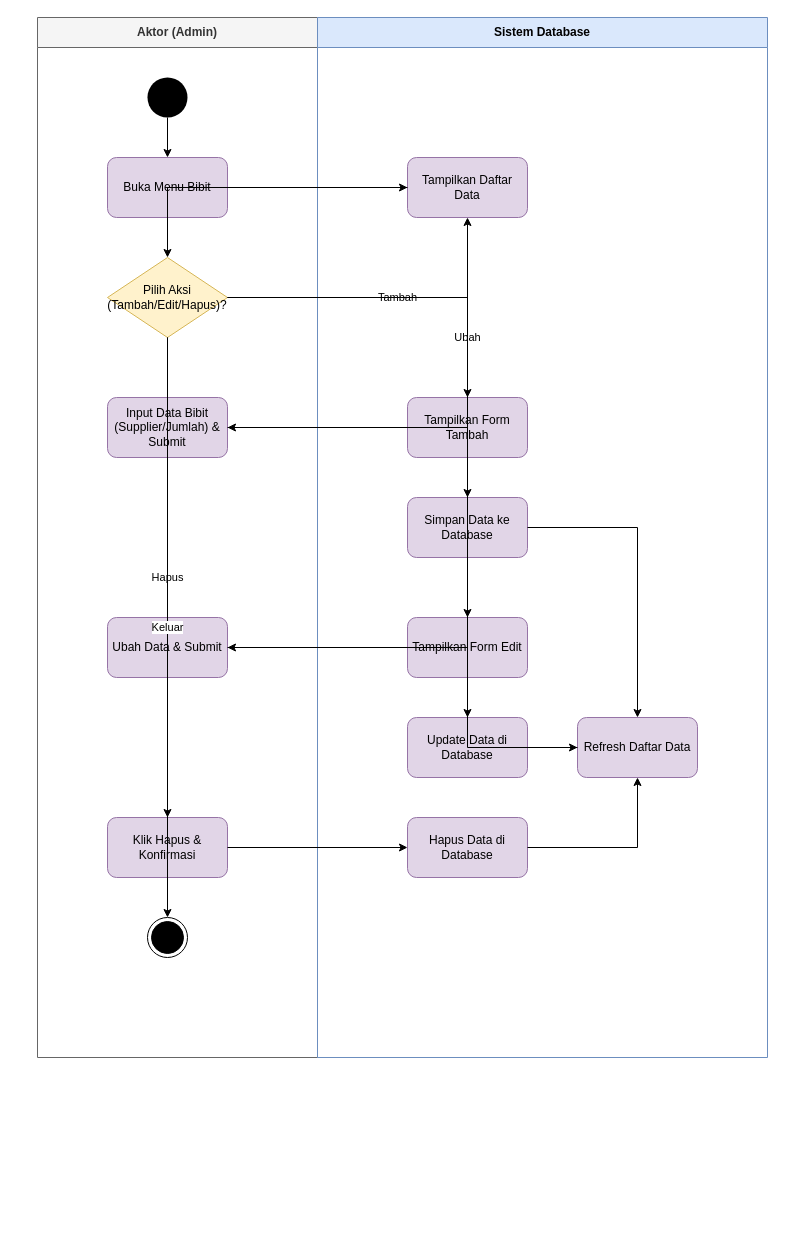
The draw.io diagram page "Admin & Ketua: Kelola Data Bibit" (2 of 16) of activity_diagram_lengkap.drawio in DaraAnggunJelita/jamur_tiram, before the edit. Source tidied: cells renumbered, new cells numbered last; positions are measured from the earlier drawing's top-left corner, leaving out a move shared by most shapes. Both pictures are drawn from the tidied source at 100%, with x=0, y=0 at pixel (37, 17).
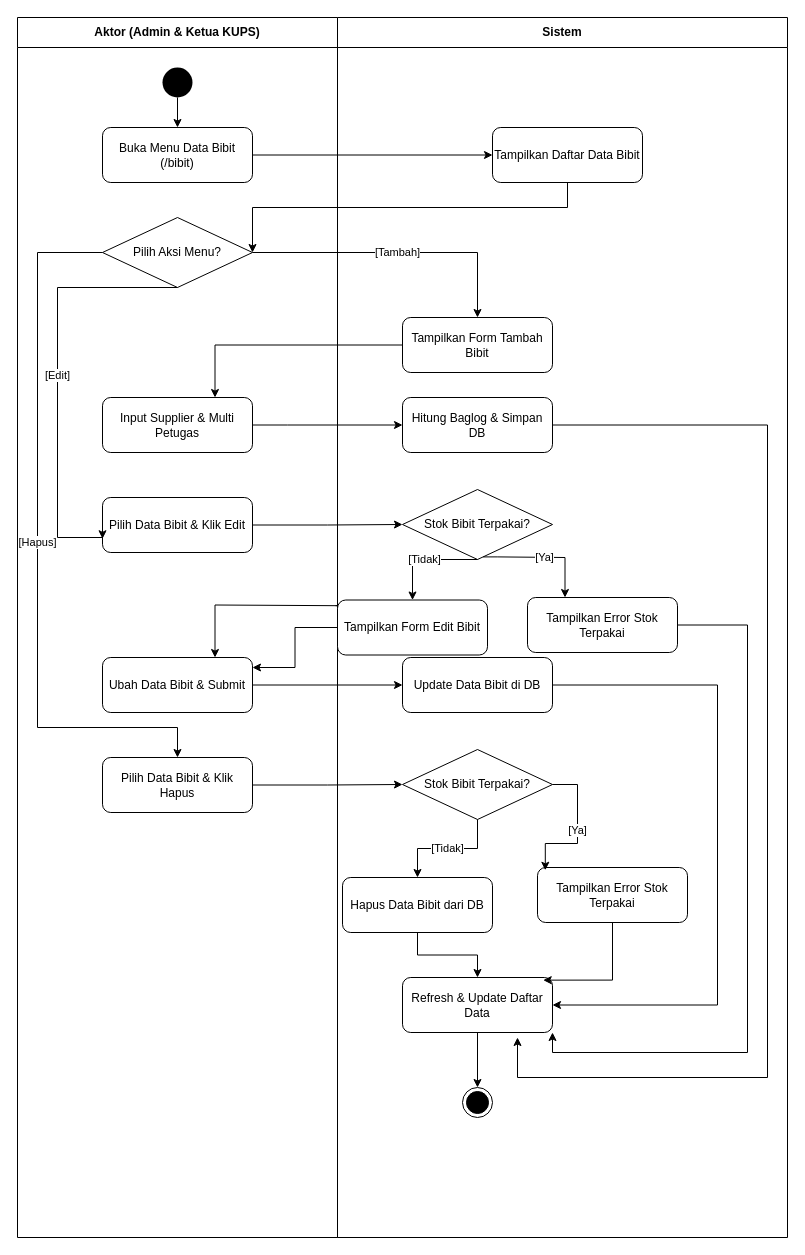
After the change.

Diff of the diagram source:
```diff
@@
-<mxGraphModel>
+<mxGraphModel background="light-dark(#ffffff, #121212)">
@@
-    <mxCell id="2" value="Aktor (Admin)" style="swimlane;whiteSpace=wrap;html=1;startSize=30;fillColor=#f5f5f5;fontColor=#333333;strokeColor=#666666;" parent="1" vertex="1">
-      <mxGeometry width="280" height="1040" as="geometry" />
+    <mxCell id="2" value="Aktor (Admin &amp; Ketua KUPS)" style="swimlane;whiteSpace=wrap;html=1;startSize=30;" parent="1" vertex="1">
+      <mxGeometry x="-20" width="320" height="1220" as="geometry" />
     </mxCell>
+    <mxCell id="34" style="edgeStyle=orthogonalEdgeStyle;rounded=0;jettySize=auto;html=1;" parent="1" edge="1" source="3" target="12">
+      <mxGeometry relative="1" as="geometry">
+        <Array as="points">
+          <mxPoint x="257.5" y="610" />
+          <mxPoint x="257.5" y="650" />
+        </Array>
+      </mxGeometry>
+    </mxCell>
-    <mxCell id="3" value="Sistem Database" style="swimlane;whiteSpace=wrap;html=1;startSize=30;fillColor=#dae8fc;strokeColor=#6c8ebf;" parent="1" vertex="1">
-      <mxGeometry x="280" width="450" height="1040" as="geometry" />
+    <mxCell id="3" value="Sistem" style="swimlane;whiteSpace=wrap;html=1;startSize=30;" parent="1" vertex="1">
+      <mxGeometry x="300" width="450" height="1220" as="geometry" />
     </mxCell>
+    <mxCell id="35" style="edgeStyle=orthogonalEdgeStyle;rounded=0;jettySize=auto;html=1;entryX=1;entryY=1;entryDx=0;entryDy=0;" parent="3" edge="1" source="36" target="38">
+      <mxGeometry relative="1" as="geometry">
+        <Array as="points">
+          <mxPoint x="410" y="607.5" />
+          <mxPoint x="410" y="1035" />
+          <mxPoint x="215" y="1035" />
+        </Array>
+      </mxGeometry>
+    </mxCell>
+    <mxCell id="36" value="Tampilkan Error Stok Terpakai" style="rounded=1;whiteSpace=wrap;html=1;" parent="3" vertex="1">
+      <mxGeometry x="190" y="580" width="150" height="55" as="geometry" />
+    </mxCell>
+    <mxCell id="37" style="ellipse;shape=endState;fillColor=#000000;strokeColor=#000000;html=1;" parent="3" vertex="1">
+      <mxGeometry x="125" y="1070" width="30" height="30" as="geometry" />
+    </mxCell>
+    <mxCell id="38" value="Refresh &amp; Update Daftar Data" style="rounded=1;whiteSpace=wrap;html=1;" parent="3" vertex="1">
+      <mxGeometry x="65" y="960" width="150" height="55" as="geometry" />
+    </mxCell>
+    <mxCell id="39" style="edgeStyle=orthogonalEdgeStyle;rounded=0;html=1;jettySize=auto;strokeColor=#000000;exitX=0.5;exitY=1;entryX=0.5;entryY=0;" parent="3" edge="1" source="38" target="37">
+      <mxGeometry relative="1" as="geometry" />
+    </mxCell>
+    <mxCell id="40" value="Hapus Data Bibit dari DB" style="rounded=1;whiteSpace=wrap;html=1;" parent="3" vertex="1">
+      <mxGeometry x="5" y="860" width="150" height="55" as="geometry" />
+    </mxCell>
+    <mxCell id="41" style="edgeStyle=orthogonalEdgeStyle;rounded=0;html=1;jettySize=auto;exitX=0.5;exitY=1;entryX=0.5;entryY=0;" parent="3" edge="1" source="40" target="38">
+      <mxGeometry relative="1" as="geometry" />
+    </mxCell>
+    <mxCell id="42" value="Tampilkan Error Stok Terpakai" style="rounded=1;whiteSpace=wrap;html=1;" parent="3" vertex="1">
+      <mxGeometry x="200" y="850" width="150" height="55" as="geometry" />
+    </mxCell>
+    <mxCell id="43" style="edgeStyle=orthogonalEdgeStyle;rounded=0;html=1;jettySize=auto;exitX=0.5;exitY=1;entryX=0.938;entryY=0.048;entryDx=0;entryDy=0;entryPerimeter=0;" parent="3" edge="1" source="42" target="38">
+      <mxGeometry relative="1" as="geometry">
+        <Array as="points">
+          <mxPoint x="275" y="962.6" />
+        </Array>
+      </mxGeometry>
+    </mxCell>
+    <mxCell id="11" value="Tampilkan Form Edit Bibit" style="rounded=1;whiteSpace=wrap;html=1;" parent="3" vertex="1">
+      <mxGeometry y="582.5" width="150" height="55" as="geometry" />
+    </mxCell>
+    <mxCell id="6" value="Tampilkan Daftar Data Bibit" style="rounded=1;whiteSpace=wrap;html=1;" parent="3" vertex="1">
+      <mxGeometry x="155" y="110" width="150" height="55" as="geometry" />
+    </mxCell>
     <mxCell id="4" style="ellipse;fillColor=#000000;strokeColor=none;html=1;" parent="1" vertex="1">
-      <mxGeometry x="110" y="60" width="40" height="40" as="geometry" />
+      <mxGeometry x="125" y="50" width="30" height="30" as="geometry" />
     </mxCell>
-    <mxCell id="5" value="Buka Menu Bibit" style="rounded=1;whiteSpace=wrap;html=1;fillColor=#e1d5e7;strokeColor=#9673a6;" parent="1" vertex="1">
-      <mxGeometry x="70" y="140" width="120" height="60" as="geometry" />
-    </mxCell>
-    <mxCell id="6" value="Tampilkan Daftar Data" style="rounded=1;whiteSpace=wrap;html=1;fillColor=#e1d5e7;strokeColor=#9673a6;" parent="1" vertex="1">
-      <mxGeometry x="370" y="140" width="120" height="60" as="geometry" />
-    </mxCell>
-    <mxCell id="7" value="Pilih Aksi (Tambah/Edit/Hapus)?" style="rhombus;whiteSpace=wrap;html=1;fillColor=#fff2cc;strokeColor=#d6b656;" parent="1" vertex="1">
-      <mxGeometry x="70" y="240" width="120" height="80" as="geometry" />
-    </mxCell>
+    <mxCell id="44" value="Buka Menu Data Bibit (/bibit)" style="rounded=1;whiteSpace=wrap;html=1;" parent="1" vertex="1">
+      <mxGeometry x="65" y="110" width="150" height="55" as="geometry" />
+    </mxCell>
+    <mxCell id="45" value="Pilih Aksi Menu?" style="rhombus;whiteSpace=wrap;html=1;" parent="1" vertex="1">
+      <mxGeometry x="65" y="200" width="150" height="70" as="geometry" />
+    </mxCell>
-    <mxCell id="8" value="Tampilkan Form Tambah" style="rounded=1;whiteSpace=wrap;html=1;fillColor=#e1d5e7;strokeColor=#9673a6;" parent="1" vertex="1">
-      <mxGeometry x="370" y="380" width="120" height="60" as="geometry" />
+    <mxCell id="8" value="Tampilkan Form Tambah Bibit" style="rounded=1;whiteSpace=wrap;html=1;" parent="1" vertex="1">
+      <mxGeometry x="365" y="300" width="150" height="55" as="geometry" />
     </mxCell>
-    <mxCell id="9" value="Input Data Bibit (Supplier/Jumlah) &amp; Submit" style="rounded=1;whiteSpace=wrap;html=1;fillColor=#e1d5e7;strokeColor=#9673a6;" parent="1" vertex="1">
-      <mxGeometry x="70" y="380" width="120" height="60" as="geometry" />
+    <mxCell id="9" value="Input Supplier &amp; Multi Petugas" style="rounded=1;whiteSpace=wrap;html=1;" parent="1" vertex="1">
+      <mxGeometry x="65" y="380" width="150" height="55" as="geometry" />
     </mxCell>
-    <mxCell id="10" value="Simpan Data ke Database" style="rounded=1;whiteSpace=wrap;html=1;fillColor=#e1d5e7;strokeColor=#9673a6;" parent="1" vertex="1">
-      <mxGeometry x="370" y="480" width="120" height="60" as="geometry" />
+    <mxCell id="10" value="Hitung Baglog &amp; Simpan DB" style="rounded=1;whiteSpace=wrap;html=1;" parent="1" vertex="1">
+      <mxGeometry x="365" y="380" width="150" height="55" as="geometry" />
     </mxCell>
-    <mxCell id="11" value="Tampilkan Form Edit" style="rounded=1;whiteSpace=wrap;html=1;fillColor=#e1d5e7;strokeColor=#9673a6;" parent="1" vertex="1">
-      <mxGeometry x="370" y="600" width="120" height="60" as="geometry" />
-    </mxCell>
+    <mxCell id="46" value="Pilih Data Bibit &amp; Klik Edit" style="rounded=1;whiteSpace=wrap;html=1;" parent="1" vertex="1">
+      <mxGeometry x="65" y="480" width="150" height="55" as="geometry" />
+    </mxCell>
+    <mxCell id="47" value="Stok Bibit Terpakai?" style="rhombus;whiteSpace=wrap;html=1;" parent="1" vertex="1">
+      <mxGeometry x="365" y="472" width="150" height="70" as="geometry" />
+    </mxCell>
-    <mxCell id="12" value="Ubah Data &amp; Submit" style="rounded=1;whiteSpace=wrap;html=1;fillColor=#e1d5e7;strokeColor=#9673a6;" parent="1" vertex="1">
-      <mxGeometry x="70" y="600" width="120" height="60" as="geometry" />
+    <mxCell id="12" value="Ubah Data Bibit &amp; Submit" style="rounded=1;whiteSpace=wrap;html=1;" parent="1" vertex="1">
+      <mxGeometry x="65" y="640" width="150" height="55" as="geometry" />
     </mxCell>
-    <mxCell id="13" value="Update Data di Database" style="rounded=1;whiteSpace=wrap;html=1;fillColor=#e1d5e7;strokeColor=#9673a6;" parent="1" vertex="1">
-      <mxGeometry x="370" y="700" width="120" height="60" as="geometry" />
+    <mxCell id="13" value="Update Data Bibit di DB" style="rounded=1;whiteSpace=wrap;html=1;" parent="1" vertex="1">
+      <mxGeometry x="365" y="640" width="150" height="55" as="geometry" />
     </mxCell>
-    <mxCell id="14" value="Klik Hapus &amp; Konfirmasi" style="rounded=1;whiteSpace=wrap;html=1;fillColor=#e1d5e7;strokeColor=#9673a6;" parent="1" vertex="1">
-      <mxGeometry x="70" y="800" width="120" height="60" as="geometry" />
-    </mxCell>
-    <mxCell id="15" value="Hapus Data di Database" style="rounded=1;whiteSpace=wrap;html=1;fillColor=#e1d5e7;strokeColor=#9673a6;" parent="1" vertex="1">
-      <mxGeometry x="370" y="800" width="120" height="60" as="geometry" />
-    </mxCell>
-    <mxCell id="16" value="Refresh Daftar Data" style="rounded=1;whiteSpace=wrap;html=1;fillColor=#e1d5e7;strokeColor=#9673a6;" parent="1" vertex="1">
-      <mxGeometry x="540" y="700" width="120" height="60" as="geometry" />
-    </mxCell>
-    <mxCell id="17" style="ellipse;shape=endState;fillColor=#000000;strokeColor=#000000;html=1;" parent="1" vertex="1">
-      <mxGeometry x="110" y="900" width="40" height="40" as="geometry" />
-    </mxCell>
+    <mxCell id="48" value="Pilih Data Bibit &amp; Klik Hapus" style="rounded=1;whiteSpace=wrap;html=1;" parent="1" vertex="1">
+      <mxGeometry x="65" y="740" width="150" height="55" as="geometry" />
+    </mxCell>
+    <mxCell id="49" value="Stok Bibit Terpakai?" style="rhombus;whiteSpace=wrap;html=1;" parent="1" vertex="1">
+      <mxGeometry x="365" y="732" width="150" height="70" as="geometry" />
+    </mxCell>
-    <mxCell id="18" style="edgeStyle=orthogonalEdgeStyle;rounded=0;html=1;strokeColor=#000000;" parent="1" edge="1" source="4" target="5">
+    <mxCell id="18" style="edgeStyle=orthogonalEdgeStyle;rounded=0;html=1;jettySize=auto;strokeColor=#000000;exitX=0.5;exitY=1;entryX=0.5;entryY=0;" parent="1" edge="1" source="4" target="44">
       <mxGeometry relative="1" as="geometry" />
     </mxCell>
-    <mxCell id="19" style="edgeStyle=orthogonalEdgeStyle;rounded=0;html=1;strokeColor=#000000;" parent="1" edge="1" source="5" target="6">
+    <mxCell id="19" style="edgeStyle=orthogonalEdgeStyle;rounded=0;html=1;jettySize=auto;exitX=1;exitY=0.5;entryX=0;entryY=0.5;" parent="1" edge="1" source="44" target="6">
       <mxGeometry relative="1" as="geometry" />
     </mxCell>
-    <mxCell id="20" style="edgeStyle=orthogonalEdgeStyle;rounded=0;html=1;strokeColor=#000000;" parent="1" edge="1" source="6" target="7">
-      <mxGeometry relative="1" as="geometry" />
+    <mxCell id="20" style="edgeStyle=orthogonalEdgeStyle;rounded=0;html=1;jettySize=auto;exitX=0.5;exitY=1;entryX=1;entryY=0.5;exitDx=0;exitDy=0;" parent="1" edge="1" source="6" target="45">
+      <mxGeometry relative="1" as="geometry">
+        <Array as="points">
+          <mxPoint x="530" y="190" />
+          <mxPoint x="215.1" y="190" />
+        </Array>
+      </mxGeometry>
     </mxCell>
-    <mxCell id="21" value="Tambah" style="edgeStyle=orthogonalEdgeStyle;rounded=0;html=1;strokeColor=#000000;" parent="1" edge="1" source="7" target="8">
-      <mxGeometry relative="1" as="geometry" />
+    <mxCell id="21" value="[Tambah]" style="edgeStyle=orthogonalEdgeStyle;rounded=0;html=1;jettySize=auto;exitX=1;exitY=0.5;entryX=0.5;entryY=0;entryDx=0;entryDy=0;" parent="1" edge="1" source="45" target="8">
+      <mxGeometry relative="1" as="geometry">
+        <Array as="points">
+          <mxPoint x="440" y="235" />
+        </Array>
+      </mxGeometry>
     </mxCell>
-    <mxCell id="22" style="edgeStyle=orthogonalEdgeStyle;rounded=0;html=1;strokeColor=#000000;" parent="1" edge="1" source="8" target="9">
-      <mxGeometry relative="1" as="geometry" />
+    <mxCell id="22" style="edgeStyle=orthogonalEdgeStyle;rounded=0;html=1;jettySize=auto;exitX=0;exitY=0.5;entryX=0.75;entryY=0;entryDx=0;entryDy=0;" parent="1" edge="1" source="8" target="9">
+      <mxGeometry relative="1" as="geometry">
+        <Array as="points">
+          <mxPoint x="177.5" y="327.5" />
+        </Array>
+      </mxGeometry>
     </mxCell>
-    <mxCell id="23" style="edgeStyle=orthogonalEdgeStyle;rounded=0;html=1;strokeColor=#000000;" parent="1" edge="1" source="9" target="10">
-      <mxGeometry relative="1" as="geometry" />
+    <mxCell id="23" style="edgeStyle=orthogonalEdgeStyle;rounded=0;html=1;jettySize=auto;exitX=1;exitY=0.5;entryX=0;entryY=0.5;exitDx=0;exitDy=0;" parent="1" edge="1" source="9" target="10">
+      <mxGeometry relative="1" as="geometry">
+        <Array as="points">
+          <mxPoint x="250" y="407.5" />
+          <mxPoint x="250" y="407.5" />
+        </Array>
+      </mxGeometry>
     </mxCell>
-    <mxCell id="24" style="edgeStyle=orthogonalEdgeStyle;rounded=0;html=1;strokeColor=#000000;" parent="1" edge="1" source="10" target="16">
-      <mxGeometry relative="1" as="geometry" />
+    <mxCell id="24" style="edgeStyle=orthogonalEdgeStyle;rounded=0;html=1;jettySize=auto;exitX=1;exitY=0.5;" parent="1" edge="1" source="10">
+      <mxGeometry relative="1" as="geometry">
+        <mxPoint x="480" y="1020" as="targetPoint" />
+        <Array as="points">
+          <mxPoint x="730" y="407.5" />
+          <mxPoint x="730" y="1060" />
+          <mxPoint x="480" y="1060" />
+        </Array>
+      </mxGeometry>
     </mxCell>
-    <mxCell id="25" value="Ubah" style="edgeStyle=orthogonalEdgeStyle;rounded=0;html=1;strokeColor=#000000;" parent="1" edge="1" source="7" target="11">
-      <mxGeometry relative="1" as="geometry" />
+    <mxCell id="25" value="[Edit]" style="edgeStyle=orthogonalEdgeStyle;rounded=0;html=1;jettySize=auto;exitX=0.5;exitY=1;entryX=0;entryY=0.75;entryDx=0;entryDy=0;" parent="1" edge="1" source="45" target="46">
+      <mxGeometry relative="1" as="geometry">
+        <Array as="points">
+          <mxPoint x="20" y="270" />
+          <mxPoint x="20" y="520" />
+          <mxPoint x="65" y="520" />
+        </Array>
+      </mxGeometry>
     </mxCell>
-    <mxCell id="26" style="edgeStyle=orthogonalEdgeStyle;rounded=0;html=1;strokeColor=#000000;" parent="1" edge="1" source="11" target="12">
+    <mxCell id="26" style="edgeStyle=orthogonalEdgeStyle;rounded=0;html=1;jettySize=auto;exitX=1;exitY=0.5;entryX=0;entryY=0.5;" parent="1" edge="1" source="46" target="47">
       <mxGeometry relative="1" as="geometry" />
     </mxCell>
-    <mxCell id="27" style="edgeStyle=orthogonalEdgeStyle;rounded=0;html=1;strokeColor=#000000;" parent="1" edge="1" source="12" target="13">
-      <mxGeometry relative="1" as="geometry" />
+    <mxCell id="27" value="[Ya]" style="edgeStyle=orthogonalEdgeStyle;rounded=0;html=1;jettySize=auto;exitX=0.538;exitY=0.963;entryX=0.25;entryY=0;exitDx=0;exitDy=0;exitPerimeter=0;entryDx=0;entryDy=0;" parent="1" edge="1" source="47" target="36">
+      <mxGeometry relative="1" as="geometry">
+        <Array as="points">
+          <mxPoint x="459.7" y="539.4" />
+          <mxPoint x="527.5" y="540" />
+        </Array>
+      </mxGeometry>
     </mxCell>
-    <mxCell id="28" style="edgeStyle=orthogonalEdgeStyle;rounded=0;html=1;strokeColor=#000000;" parent="1" edge="1" source="13" target="16">
-      <mxGeometry relative="1" as="geometry" />
-    </mxCell>
-    <mxCell id="29" value="Hapus" style="edgeStyle=orthogonalEdgeStyle;rounded=0;html=1;strokeColor=#000000;" parent="1" edge="1" source="7" target="14">
-      <mxGeometry relative="1" as="geometry" />
+    <mxCell id="29" value="[Tidak]" style="edgeStyle=orthogonalEdgeStyle;rounded=0;html=1;jettySize=auto;exitX=0.5;exitY=1;entryX=0.5;entryY=0;" parent="1" edge="1" source="47" target="11">
+      <mxGeometry relative="1" as="geometry">
+        <Array as="points">
+          <mxPoint x="375" y="542" />
+        </Array>
+      </mxGeometry>
     </mxCell>
-    <mxCell id="30" style="edgeStyle=orthogonalEdgeStyle;rounded=0;html=1;strokeColor=#000000;" parent="1" edge="1" source="14" target="15">
-      <mxGeometry relative="1" as="geometry" />
+    <mxCell id="30" style="edgeStyle=orthogonalEdgeStyle;rounded=0;html=1;jettySize=auto;exitX=-0.013;exitY=0.103;entryX=0.75;entryY=0;entryDx=0;entryDy=0;exitDx=0;exitDy=0;exitPerimeter=0;" parent="1" edge="1" source="11" target="12">
+      <mxGeometry relative="1" as="geometry">
+        <Array as="points">
+          <mxPoint x="300" y="588.2" />
+          <mxPoint x="177.5" y="587.5" />
+        </Array>
+      </mxGeometry>
     </mxCell>
-    <mxCell id="31" style="edgeStyle=orthogonalEdgeStyle;rounded=0;html=1;strokeColor=#000000;" parent="1" edge="1" source="15" target="16">
+    <mxCell id="31" style="edgeStyle=orthogonalEdgeStyle;rounded=0;html=1;jettySize=auto;exitX=1;exitY=0.5;entryX=0;entryY=0.5;" parent="1" edge="1" source="12" target="13">
       <mxGeometry relative="1" as="geometry" />
     </mxCell>
-    <mxCell id="32" style="edgeStyle=orthogonalEdgeStyle;rounded=0;html=1;strokeColor=#000000;" parent="1" edge="1" source="16" target="6">
-      <mxGeometry relative="1" as="geometry" />
+    <mxCell id="32" style="edgeStyle=orthogonalEdgeStyle;rounded=0;html=1;jettySize=auto;exitX=1;exitY=0.5;entryX=1;entryY=0.5;" parent="1" edge="1" source="13" target="38">
+      <mxGeometry relative="1" as="geometry">
+        <Array as="points">
+          <mxPoint x="680" y="667.5" />
+          <mxPoint x="680" y="987.5" />
+        </Array>
+      </mxGeometry>
     </mxCell>
-    <mxCell id="33" value="Keluar" style="edgeStyle=orthogonalEdgeStyle;rounded=0;html=1;strokeColor=#000000;" parent="1" edge="1" source="7" target="17">
-      <mxGeometry relative="1" as="geometry" />
+    <mxCell id="33" value="[Hapus]" style="edgeStyle=orthogonalEdgeStyle;rounded=0;html=1;jettySize=auto;strokeColor=#000000;exitX=0;exitY=0.5;entryX=0.5;entryY=0;" parent="1" edge="1" source="45" target="48">
+      <mxGeometry relative="1" as="geometry">
+        <Array as="points">
+          <mxPoint y="235.1" />
+          <mxPoint y="710" />
+          <mxPoint x="140" y="710" />
+        </Array>
+      </mxGeometry>
     </mxCell>
+    <mxCell id="50" style="edgeStyle=orthogonalEdgeStyle;rounded=0;html=1;jettySize=auto;exitX=1;exitY=0.5;entryX=0;entryY=0.5;" parent="1" edge="1" source="48" target="49">
+      <mxGeometry relative="1" as="geometry" />
+    </mxCell>
+    <mxCell id="51" value="[Ya]" style="edgeStyle=orthogonalEdgeStyle;rounded=0;html=1;jettySize=auto;exitX=1;exitY=0.5;entryX=0.052;entryY=0.05;entryDx=0;entryDy=0;entryPerimeter=0;" parent="1" edge="1" source="49" target="42">
+      <mxGeometry relative="1" as="geometry">
+        <Array as="points">
+          <mxPoint x="540" y="767" />
+          <mxPoint x="540" y="826" />
+          <mxPoint x="507.8" y="826" />
+        </Array>
+      </mxGeometry>
+    </mxCell>
+    <mxCell id="52" value="[Tidak]" style="edgeStyle=orthogonalEdgeStyle;rounded=0;html=1;jettySize=auto;exitX=0.5;exitY=1;entryX=0.5;entryY=0;" parent="1" edge="1" source="49" target="40">
+      <mxGeometry relative="1" as="geometry" />
+    </mxCell>
```
